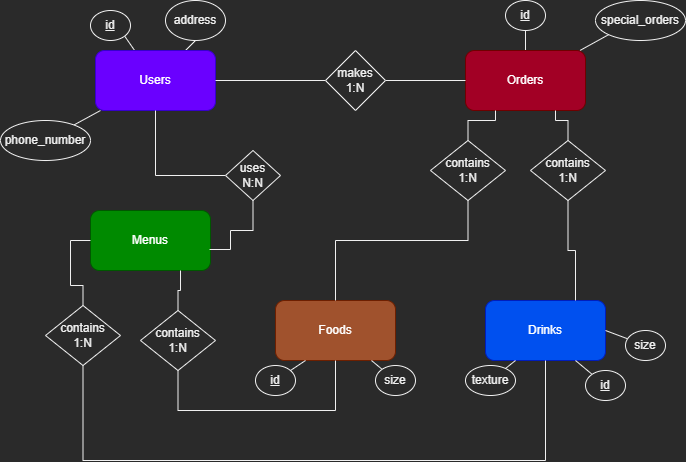
Earlier version of the draw.io export restaurant_db.drawio.png (Bl4ky113/Platzi_Data_Bases_Fundamentals). Source tidied: cells renumbered, new cells last; positions are measured from the earlier drawing's top-left corner, leaving out a move shared by most shapes.
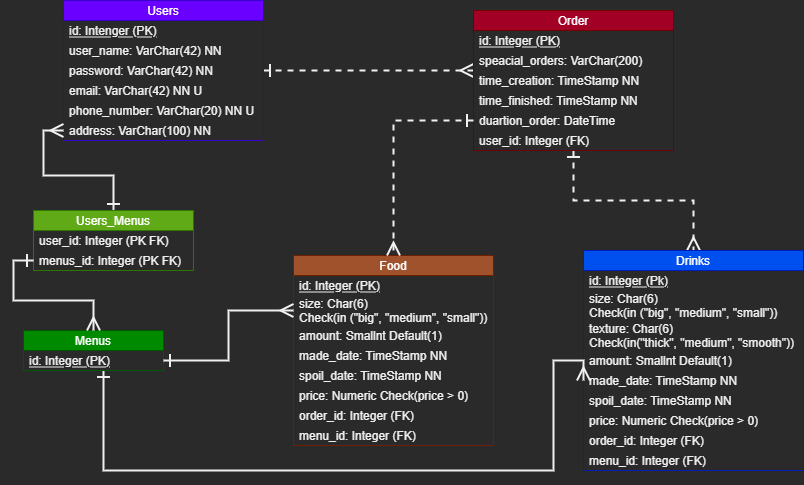
Later version of the same file.

Commit message:
added notes 2nd module and added valuetypes and relations to db diagrams

Diff of the diagram source:
```diff
@@ -2,155 +2,147 @@
   <root>
     <mxCell id="0" />
     <mxCell id="1" parent="0" />
-    <mxCell id="2" style="rounded=0;jettySize=auto;html=1;entryX=1;entryY=1;entryDx=0;entryDy=0;endArrow=none;endFill=0;" parent="1" edge="1" source="5" target="9">
-      <mxGeometry relative="1" as="geometry" />
-    </mxCell>
-    <mxCell id="3" style="edgeStyle=none;rounded=0;jettySize=auto;html=1;entryX=0.5;entryY=1;entryDx=0;entryDy=0;endArrow=none;endFill=0;" parent="1" edge="1" source="5" target="13">
-      <mxGeometry relative="1" as="geometry" />
-    </mxCell>
-    <mxCell id="4" style="edgeStyle=none;rounded=0;jettySize=auto;html=1;endArrow=none;endFill=0;" parent="1" edge="1" source="5" target="14">
-      <mxGeometry relative="1" as="geometry" />
-    </mxCell>
+    <mxCell id="45" style="edgeStyle=none;rounded=0;jettySize=auto;html=1;entryX=0;entryY=0;entryDx=0;entryDy=0;entryPerimeter=0;endArrow=ERmany;endFill=0;dashed=1;startArrow=ERone;startFill=0;strokeWidth=2;endSize=10;startSize=10;" parent="1" edge="1" source="5" target="56">
+      <mxGeometry relative="1" as="geometry" />
+    </mxCell>
-    <mxCell id="5" value="Users" style="rounded=1;whiteSpace=wrap;html=1;fillColor=#6a00ff;fontColor=#ffffff;strokeColor=#3700CC;" parent="1" vertex="1">
-      <mxGeometry x="95" y="50" width="120" height="60" as="geometry" />
+    <mxCell id="5" value="Users" style="swimlane;fontStyle=0;horizontal=1;startSize=20;fillColor=#6a00ff;fontColor=#ffffff;strokeColor=#3700CC;" parent="1" vertex="1">
+      <mxGeometry x="65" y="-10" width="200" height="140" as="geometry" />
     </mxCell>
+    <mxCell id="46" value="id: Intenger (PK)" style="text;strokeColor=none;fillColor=none;align=left;verticalAlign=middle;spacingLeft=4;spacingRight=4;overflow=hidden;fontStyle=4;" parent="5" vertex="1">
+      <mxGeometry y="20" width="200" height="20" as="geometry" />
+    </mxCell>
+    <mxCell id="47" value="user_name: VarChar(42) NN" style="text;strokeColor=none;fillColor=none;align=left;verticalAlign=middle;spacingLeft=4;spacingRight=4;overflow=hidden;" parent="5" vertex="1">
+      <mxGeometry y="40" width="200" height="20" as="geometry" />
+    </mxCell>
+    <mxCell id="48" value="password: VarChar(42) NN" style="text;strokeColor=none;fillColor=none;align=left;verticalAlign=middle;spacingLeft=4;spacingRight=4;overflow=hidden;" parent="5" vertex="1">
+      <mxGeometry y="60" width="200" height="20" as="geometry" />
+    </mxCell>
+    <mxCell id="49" value="email: VarChar(42) NN U" style="text;strokeColor=none;fillColor=none;align=left;verticalAlign=middle;spacingLeft=4;spacingRight=4;overflow=hidden;" parent="5" vertex="1">
+      <mxGeometry y="80" width="200" height="20" as="geometry" />
+    </mxCell>
+    <mxCell id="50" value="phone_number: VarChar(20) NN U" style="text;strokeColor=none;fillColor=none;align=left;verticalAlign=middle;spacingLeft=4;spacingRight=4;overflow=hidden;" parent="5" vertex="1">
+      <mxGeometry y="100" width="200" height="20" as="geometry" />
+    </mxCell>
+    <mxCell id="51" value="address: VarChar(100) NN" style="text;strokeColor=none;fillColor=none;align=left;verticalAlign=middle;spacingLeft=4;spacingRight=4;overflow=hidden;points=[[0,0.5],[1,0.5]];portConstraint=eastwest;" parent="5" vertex="1">
+      <mxGeometry y="120" width="200" height="20" as="geometry" />
+    </mxCell>
+    <mxCell id="52" style="edgeStyle=orthogonalEdgeStyle;rounded=0;jettySize=auto;html=1;entryX=0.5;entryY=0;entryDx=0;entryDy=0;dashed=1;startArrow=ERone;startFill=0;endArrow=ERmany;endFill=0;startSize=10;endSize=10;strokeWidth=2;" parent="1" edge="1" source="53" target="8">
+      <mxGeometry relative="1" as="geometry" />
+    </mxCell>
+    <mxCell id="53" value="Order" style="swimlane;fontStyle=0;horizontal=1;startSize=20;fillColor=#a20025;fontColor=#ffffff;strokeColor=#6F0000;" parent="1" vertex="1">
+      <mxGeometry x="475" width="200" height="140" as="geometry" />
+    </mxCell>
+    <mxCell id="54" value="id: Integer (PK)" style="text;strokeColor=none;fillColor=none;align=left;verticalAlign=middle;spacingLeft=4;spacingRight=4;overflow=hidden;fontStyle=4;" parent="53" vertex="1">
+      <mxGeometry y="20" width="200" height="20" as="geometry" />
+    </mxCell>
+    <mxCell id="55" value="speacial_orders: VarChar(200)" style="text;strokeColor=none;fillColor=none;align=left;verticalAlign=middle;spacingLeft=4;spacingRight=4;overflow=hidden;" parent="53" vertex="1">
+      <mxGeometry y="40" width="200" height="20" as="geometry" />
+    </mxCell>
+    <mxCell id="56" value="time_creation: TimeStamp NN" style="text;strokeColor=none;fillColor=none;align=left;verticalAlign=middle;spacingLeft=4;spacingRight=4;overflow=hidden;points=[[0,0.5],[1,0.5]];portConstraint=eastwest;" parent="53" vertex="1">
+      <mxGeometry y="60" width="200" height="20" as="geometry" />
+    </mxCell>
+    <mxCell id="57" value="time_finished: TimeStamp NN" style="text;strokeColor=none;fillColor=none;align=left;verticalAlign=middle;spacingLeft=4;spacingRight=4;overflow=hidden;" parent="53" vertex="1">
+      <mxGeometry y="80" width="200" height="20" as="geometry" />
+    </mxCell>
+    <mxCell id="58" value="duartion_order: DateTime" style="text;strokeColor=none;fillColor=none;align=left;verticalAlign=middle;spacingLeft=4;spacingRight=4;overflow=hidden;points=[[0,0.5],[1,0.5]];portConstraint=eastwest;" parent="53" vertex="1">
+      <mxGeometry y="100" width="200" height="20" as="geometry" />
+    </mxCell>
+    <mxCell id="59" value="user_id: Integer (FK)" style="text;strokeColor=none;fillColor=none;align=left;verticalAlign=middle;spacingLeft=4;spacingRight=4;overflow=hidden;" parent="53" vertex="1">
+      <mxGeometry y="120" width="200" height="20" as="geometry" />
+    </mxCell>
+    <mxCell id="8" value="Drinks" style="swimlane;fontStyle=0;horizontal=1;startSize=20;fillColor=#0050ef;fontColor=#ffffff;strokeColor=#001DBC;" parent="1" vertex="1">
+      <mxGeometry x="585" y="240" width="220" height="220" as="geometry" />
+    </mxCell>
+    <mxCell id="60" value="id: Integer (Pk)" style="text;strokeColor=none;fillColor=none;align=left;verticalAlign=middle;spacingLeft=4;spacingRight=4;overflow=hidden;fontStyle=4;" parent="8" vertex="1">
+      <mxGeometry y="20" width="220" height="20" as="geometry" />
+    </mxCell>
+    <mxCell id="61" value="size: Char(6) &#10;Check(in (&quot;big&quot;, &quot;medium&quot;, &quot;small&quot;))" style="text;strokeColor=none;fillColor=none;align=left;verticalAlign=middle;spacingLeft=4;spacingRight=4;overflow=hidden;" parent="8" vertex="1">
+      <mxGeometry y="40" width="220" height="30" as="geometry" />
+    </mxCell>
+    <mxCell id="62" value="texture: Char(6) &#10;Check(in(&quot;thick&quot;, &quot;medium&quot;, &quot;smooth&quot;))" style="text;strokeColor=none;fillColor=none;align=left;verticalAlign=middle;spacingLeft=4;spacingRight=4;overflow=hidden;" parent="8" vertex="1">
+      <mxGeometry y="70" width="220" height="30" as="geometry" />
+    </mxCell>
+    <mxCell id="63" value="amount: Smallnt Default(1)" style="text;strokeColor=none;fillColor=none;align=left;verticalAlign=middle;spacingLeft=4;spacingRight=4;overflow=hidden;" parent="8" vertex="1">
+      <mxGeometry y="100" width="220" height="20" as="geometry" />
+    </mxCell>
+    <mxCell id="64" value="made_date: TimeStamp NN" style="text;strokeColor=none;fillColor=none;align=left;verticalAlign=middle;spacingLeft=4;spacingRight=4;overflow=hidden;points=[[0,0.5],[1,0.5]];portConstraint=eastwest;" parent="8" vertex="1">
+      <mxGeometry y="120" width="220" height="20" as="geometry" />
+    </mxCell>
+    <mxCell id="65" value="spoil_date: TimeStamp NN" style="text;strokeColor=none;fillColor=none;align=left;verticalAlign=middle;spacingLeft=4;spacingRight=4;overflow=hidden;" parent="8" vertex="1">
+      <mxGeometry y="140" width="220" height="20" as="geometry" />
+    </mxCell>
+    <mxCell id="66" value="price: Numeric Check(price &gt; 0)" style="text;strokeColor=none;fillColor=none;align=left;verticalAlign=middle;spacingLeft=4;spacingRight=4;overflow=hidden;" parent="8" vertex="1">
+      <mxGeometry y="160" width="220" height="20" as="geometry" />
+    </mxCell>
+    <mxCell id="67" value="order_id: Integer (FK)" style="text;strokeColor=none;fillColor=none;align=left;verticalAlign=middle;spacingLeft=4;spacingRight=4;overflow=hidden;" parent="8" vertex="1">
+      <mxGeometry y="180" width="220" height="20" as="geometry" />
+    </mxCell>
+    <mxCell id="68" value="menu_id: Integer (FK)" style="text;strokeColor=none;fillColor=none;align=left;verticalAlign=middle;spacingLeft=4;spacingRight=4;overflow=hidden;" parent="8" vertex="1">
+      <mxGeometry y="200" width="220" height="20" as="geometry" />
+    </mxCell>
+    <mxCell id="69" value="Food" style="swimlane;fontStyle=0;horizontal=1;startSize=20;fillColor=#a0522d;fontColor=#ffffff;strokeColor=#6D1F00;" parent="1" vertex="1">
+      <mxGeometry x="295" y="245" width="200" height="190" as="geometry" />
+    </mxCell>
+    <mxCell id="70" value="id: Integer (PK)" style="text;strokeColor=none;fillColor=none;align=left;verticalAlign=middle;spacingLeft=4;spacingRight=4;overflow=hidden;fontStyle=4;" parent="69" vertex="1">
+      <mxGeometry y="20" width="200" height="20" as="geometry" />
+    </mxCell>
+    <mxCell id="71" value="size: Char(6)&#10;Check(in (&quot;big&quot;, &quot;medium&quot;, &quot;small&quot;))" style="text;strokeColor=none;fillColor=none;align=left;verticalAlign=middle;spacingLeft=4;spacingRight=4;overflow=hidden;points=[[0,0.5],[1,0.5]];portConstraint=eastwest;" parent="69" vertex="1">
+      <mxGeometry y="40" width="200" height="30" as="geometry" />
+    </mxCell>
+    <mxCell id="72" value="amount: Smallnt Default(1)" style="text;strokeColor=none;fillColor=none;align=left;verticalAlign=middle;spacingLeft=4;spacingRight=4;overflow=hidden;" parent="69" vertex="1">
+      <mxGeometry y="70" width="200" height="20" as="geometry" />
+    </mxCell>
+    <mxCell id="73" value="made_date: TimeStamp NN" style="text;strokeColor=none;fillColor=none;align=left;verticalAlign=middle;spacingLeft=4;spacingRight=4;overflow=hidden;" parent="69" vertex="1">
+      <mxGeometry y="90" width="200" height="20" as="geometry" />
+    </mxCell>
+    <mxCell id="74" value="spoil_date: TimeStamp NN" style="text;strokeColor=none;fillColor=none;align=left;verticalAlign=middle;spacingLeft=4;spacingRight=4;overflow=hidden;" parent="69" vertex="1">
+      <mxGeometry y="110" width="200" height="20" as="geometry" />
+    </mxCell>
+    <mxCell id="75" value="price: Numeric Check(price &gt; 0)" style="text;strokeColor=none;fillColor=none;align=left;verticalAlign=middle;spacingLeft=4;spacingRight=4;overflow=hidden;" parent="69" vertex="1">
+      <mxGeometry y="130" width="200" height="20" as="geometry" />
+    </mxCell>
+    <mxCell id="76" value="order_id: Integer (FK)" style="text;strokeColor=none;fillColor=none;align=left;verticalAlign=middle;spacingLeft=4;spacingRight=4;overflow=hidden;" parent="69" vertex="1">
+      <mxGeometry y="150" width="200" height="20" as="geometry" />
+    </mxCell>
+    <mxCell id="77" value="menu_id: Integer (FK)" style="text;strokeColor=none;fillColor=none;align=left;verticalAlign=middle;spacingLeft=4;spacingRight=4;overflow=hidden;" parent="69" vertex="1">
+      <mxGeometry y="170" width="200" height="20" as="geometry" />
+    </mxCell>
+    <mxCell id="78" style="edgeStyle=orthogonalEdgeStyle;rounded=0;jettySize=auto;html=1;entryX=0;entryY=0.5;entryDx=0;entryDy=0;startArrow=ERone;startFill=0;endArrow=ERmany;endFill=0;startSize=10;endSize=10;strokeWidth=2;" parent="1" edge="1" source="6" target="64">
+      <mxGeometry relative="1" as="geometry">
+        <Array as="points">
+          <mxPoint x="105" y="460" />
+          <mxPoint x="555" y="460" />
+          <mxPoint x="555" y="350" />
+          <mxPoint x="585" y="350" />
+        </Array>
+      </mxGeometry>
+    </mxCell>
-    <mxCell id="6" value="Menus" style="rounded=1;whiteSpace=wrap;html=1;fillColor=#008a00;fontColor=#ffffff;strokeColor=#005700;" parent="1" vertex="1">
-      <mxGeometry x="90" y="210" width="120" height="60" as="geometry" />
+    <mxCell id="6" value="Menus" style="swimlane;fontStyle=0;horizontal=1;startSize=20;fillColor=#008a00;fontColor=#ffffff;strokeColor=#005700;" parent="1" vertex="1">
+      <mxGeometry x="25" y="320" width="140" height="40" as="geometry" />
     </mxCell>
-    <mxCell id="7" value="Foods" style="rounded=1;whiteSpace=wrap;html=1;fillColor=#a0522d;fontColor=#ffffff;strokeColor=#6D1F00;" parent="1" vertex="1">
-      <mxGeometry x="275" y="300" width="120" height="60" as="geometry" />
-    </mxCell>
-    <mxCell id="8" value="Drinks" style="rounded=1;whiteSpace=wrap;html=1;fillColor=#0050ef;fontColor=#ffffff;strokeColor=#001DBC;" parent="1" vertex="1">
-      <mxGeometry x="485" y="300" width="120" height="60" as="geometry" />
-    </mxCell>
-    <mxCell id="9" value="&lt;u&gt;id&lt;/u&gt;" style="ellipse;whiteSpace=wrap;html=1;" parent="1" vertex="1">
-      <mxGeometry x="90" y="10" width="40" height="30" as="geometry" />
-    </mxCell>
-    <mxCell id="10" style="edgeStyle=none;rounded=0;jettySize=auto;html=1;endArrow=none;endFill=0;" parent="1" edge="1" source="12" target="17">
-      <mxGeometry relative="1" as="geometry" />
-    </mxCell>
-    <mxCell id="11" style="edgeStyle=none;rounded=0;jettySize=auto;html=1;entryX=0;entryY=1;entryDx=0;entryDy=0;endArrow=none;endFill=0;" parent="1" edge="1" source="12" target="18">
-      <mxGeometry relative="1" as="geometry" />
-    </mxCell>
-    <mxCell id="12" value="Orders" style="rounded=1;whiteSpace=wrap;html=1;fillColor=#a20025;fontColor=#ffffff;strokeColor=#6F0000;" parent="1" vertex="1">
-      <mxGeometry x="465" y="50" width="120" height="60" as="geometry" />
-    </mxCell>
-    <mxCell id="13" value="address&lt;br&gt;" style="ellipse;whiteSpace=wrap;html=1;" parent="1" vertex="1">
-      <mxGeometry x="165" width="60" height="40" as="geometry" />
-    </mxCell>
-    <mxCell id="14" value="phone_number" style="ellipse;whiteSpace=wrap;html=1;" parent="1" vertex="1">
-      <mxGeometry y="120" width="90" height="40" as="geometry" />
-    </mxCell>
-    <mxCell id="15" style="edgeStyle=none;rounded=0;jettySize=auto;html=1;entryX=0.25;entryY=1;entryDx=0;entryDy=0;endArrow=none;endFill=0;" parent="1" edge="1" source="16" target="7">
-      <mxGeometry relative="1" as="geometry" />
-    </mxCell>
-    <mxCell id="16" value="&lt;u&gt;id&lt;/u&gt;" style="ellipse;whiteSpace=wrap;html=1;" parent="1" vertex="1">
-      <mxGeometry x="255" y="365" width="40" height="30" as="geometry" />
-    </mxCell>
-    <mxCell id="17" value="&lt;u&gt;id&lt;/u&gt;" style="ellipse;whiteSpace=wrap;html=1;" parent="1" vertex="1">
-      <mxGeometry x="505" width="40" height="30" as="geometry" />
-    </mxCell>
-    <mxCell id="18" value="special_orders&lt;br&gt;" style="ellipse;whiteSpace=wrap;html=1;" parent="1" vertex="1">
-      <mxGeometry x="595" width="90" height="40" as="geometry" />
-    </mxCell>
-    <mxCell id="19" style="edgeStyle=none;rounded=0;jettySize=auto;html=1;entryX=0.75;entryY=1;entryDx=0;entryDy=0;endArrow=none;endFill=0;" parent="1" edge="1" source="20" target="8">
-      <mxGeometry relative="1" as="geometry" />
-    </mxCell>
-    <mxCell id="20" value="&lt;u&gt;id&lt;/u&gt;" style="ellipse;whiteSpace=wrap;html=1;" parent="1" vertex="1">
-      <mxGeometry x="585" y="370" width="40" height="30" as="geometry" />
-    </mxCell>
-    <mxCell id="21" style="edgeStyle=none;rounded=0;jettySize=auto;html=1;entryX=0.25;entryY=1;entryDx=0;entryDy=0;endArrow=none;endFill=0;" parent="1" edge="1" source="22" target="8">
-      <mxGeometry relative="1" as="geometry" />
-    </mxCell>
-    <mxCell id="22" value="texture" style="ellipse;whiteSpace=wrap;html=1;" parent="1" vertex="1">
-      <mxGeometry x="465" y="365" width="50" height="30" as="geometry" />
-    </mxCell>
-    <mxCell id="23" style="edgeStyle=none;rounded=0;jettySize=auto;html=1;entryX=1;entryY=0.5;entryDx=0;entryDy=0;endArrow=none;endFill=0;" parent="1" edge="1" source="24" target="8">
-      <mxGeometry relative="1" as="geometry" />
-    </mxCell>
-    <mxCell id="24" value="size" style="ellipse;whiteSpace=wrap;html=1;" parent="1" vertex="1">
-      <mxGeometry x="625" y="330" width="40" height="30" as="geometry" />
-    </mxCell>
-    <mxCell id="25" style="edgeStyle=none;rounded=0;jettySize=auto;html=1;endArrow=none;endFill=0;" parent="1" edge="1" source="26" target="7">
-      <mxGeometry relative="1" as="geometry" />
-    </mxCell>
-    <mxCell id="26" value="size" style="ellipse;whiteSpace=wrap;html=1;" parent="1" vertex="1">
-      <mxGeometry x="375" y="365" width="40" height="30" as="geometry" />
-    </mxCell>
-    <mxCell id="27" style="edgeStyle=none;rounded=0;jettySize=auto;html=1;entryX=0;entryY=0.5;entryDx=0;entryDy=0;endArrow=none;endFill=0;" parent="1" edge="1" source="29" target="12">
-      <mxGeometry relative="1" as="geometry" />
-    </mxCell>
-    <mxCell id="28" style="edgeStyle=orthogonalEdgeStyle;rounded=0;jettySize=auto;html=1;entryX=1;entryY=0.5;entryDx=0;entryDy=0;endArrow=none;endFill=0;" parent="1" edge="1" source="29" target="5">
-      <mxGeometry relative="1" as="geometry" />
-    </mxCell>
-    <mxCell id="29" value="makes&lt;br&gt;1:N" style="rhombus;whiteSpace=wrap;html=1;" parent="1" vertex="1">
-      <mxGeometry x="325" y="50" width="60" height="60" as="geometry" />
-    </mxCell>
-    <mxCell id="30" style="edgeStyle=orthogonalEdgeStyle;rounded=0;jettySize=auto;html=1;endArrow=none;endFill=0;" parent="1" edge="1" source="32" target="5">
-      <mxGeometry relative="1" as="geometry" />
-    </mxCell>
-    <mxCell id="31" style="edgeStyle=orthogonalEdgeStyle;rounded=0;jettySize=auto;html=1;entryX=0.992;entryY=0.65;entryDx=0;entryDy=0;entryPerimeter=0;endArrow=none;endFill=0;" parent="1" edge="1" source="32" target="6">
-      <mxGeometry relative="1" as="geometry">
-        <Array as="points">
-          <mxPoint x="253" y="230" />
-          <mxPoint x="230" y="230" />
-          <mxPoint x="230" y="249" />
-        </Array>
-      </mxGeometry>
-    </mxCell>
-    <mxCell id="32" value="uses&lt;br&gt;N:N&lt;br&gt;" style="rhombus;whiteSpace=wrap;html=1;" parent="1" vertex="1">
-      <mxGeometry x="225" y="150" width="55" height="50" as="geometry" />
-    </mxCell>
-    <mxCell id="33" style="edgeStyle=orthogonalEdgeStyle;rounded=0;jettySize=auto;html=1;entryX=0;entryY=0.5;entryDx=0;entryDy=0;endArrow=none;endFill=0;" parent="1" edge="1" source="35" target="6">
-      <mxGeometry relative="1" as="geometry" />
-    </mxCell>
-    <mxCell id="34" style="edgeStyle=orthogonalEdgeStyle;rounded=0;jettySize=auto;html=1;entryX=0.5;entryY=1;entryDx=0;entryDy=0;endArrow=none;endFill=0;" parent="1" edge="1" source="35" target="8">
-      <mxGeometry relative="1" as="geometry">
-        <Array as="points">
-          <mxPoint x="83" y="460" />
-          <mxPoint x="545" y="460" />
-        </Array>
-      </mxGeometry>
-    </mxCell>
-    <mxCell id="35" value="contains&lt;br&gt;1:N&lt;br&gt;" style="rhombus;whiteSpace=wrap;html=1;" parent="1" vertex="1">
-      <mxGeometry x="45" y="305" width="75" height="60" as="geometry" />
-    </mxCell>
-    <mxCell id="36" style="edgeStyle=orthogonalEdgeStyle;rounded=0;jettySize=auto;html=1;entryX=0.75;entryY=1;entryDx=0;entryDy=0;endArrow=none;endFill=0;" parent="1" edge="1" source="38" target="6">
-      <mxGeometry relative="1" as="geometry" />
-    </mxCell>
-    <mxCell id="37" style="edgeStyle=orthogonalEdgeStyle;rounded=0;jettySize=auto;html=1;entryX=0.5;entryY=1;entryDx=0;entryDy=0;endArrow=none;endFill=0;" parent="1" edge="1" source="38" target="7">
-      <mxGeometry relative="1" as="geometry">
-        <Array as="points">
-          <mxPoint x="178" y="410" />
-          <mxPoint x="335" y="410" />
-        </Array>
-      </mxGeometry>
-    </mxCell>
-    <mxCell id="38" value="contains&lt;br&gt;1:N&lt;br&gt;" style="rhombus;whiteSpace=wrap;html=1;" parent="1" vertex="1">
-      <mxGeometry x="140" y="310" width="75" height="60" as="geometry" />
-    </mxCell>
-    <mxCell id="39" style="edgeStyle=orthogonalEdgeStyle;rounded=0;jettySize=auto;html=1;entryX=0.25;entryY=1;entryDx=0;entryDy=0;endArrow=none;endFill=0;" parent="1" edge="1" source="41" target="12">
-      <mxGeometry relative="1" as="geometry" />
-    </mxCell>
-    <mxCell id="40" style="edgeStyle=orthogonalEdgeStyle;rounded=0;jettySize=auto;html=1;entryX=0.5;entryY=0;entryDx=0;entryDy=0;endArrow=none;endFill=0;" parent="1" edge="1" source="41" target="7">
-      <mxGeometry relative="1" as="geometry">
-        <Array as="points">
-          <mxPoint x="468" y="240" />
-          <mxPoint x="335" y="240" />
-        </Array>
-      </mxGeometry>
-    </mxCell>
-    <mxCell id="41" value="contains&lt;br&gt;1:N&lt;br&gt;" style="rhombus;whiteSpace=wrap;html=1;" parent="1" vertex="1">
-      <mxGeometry x="430" y="140" width="75" height="60" as="geometry" />
-    </mxCell>
-    <mxCell id="42" style="edgeStyle=orthogonalEdgeStyle;rounded=0;jettySize=auto;html=1;entryX=0.75;entryY=1;entryDx=0;entryDy=0;endArrow=none;endFill=0;" parent="1" edge="1" source="44" target="12">
-      <mxGeometry relative="1" as="geometry" />
-    </mxCell>
-    <mxCell id="43" style="edgeStyle=orthogonalEdgeStyle;rounded=0;jettySize=auto;html=1;entryX=0.75;entryY=0;entryDx=0;entryDy=0;endArrow=none;endFill=0;" parent="1" edge="1" source="44" target="8">
-      <mxGeometry relative="1" as="geometry" />
-    </mxCell>
-    <mxCell id="44" value="contains&lt;br&gt;1:N&lt;br&gt;" style="rhombus;whiteSpace=wrap;html=1;" parent="1" vertex="1">
-      <mxGeometry x="530" y="140" width="75" height="60" as="geometry" />
-    </mxCell>
+    <mxCell id="79" value="id: Integer (PK)" style="text;strokeColor=none;fillColor=none;align=left;verticalAlign=middle;spacingLeft=4;spacingRight=4;overflow=hidden;points=[[0,0.5],[1,0.5]];portConstraint=eastwest;fontStyle=4;" parent="6" vertex="1">
+      <mxGeometry y="20" width="140" height="20" as="geometry" />
+    </mxCell>
+    <mxCell id="80" style="edgeStyle=orthogonalEdgeStyle;rounded=0;jettySize=auto;html=1;entryX=0.5;entryY=0;entryDx=0;entryDy=0;dashed=1;startArrow=ERone;startFill=0;endArrow=ERmany;endFill=0;startSize=10;endSize=10;strokeWidth=2;" parent="1" edge="1" source="58" target="69">
+      <mxGeometry relative="1" as="geometry" />
+    </mxCell>
+    <mxCell id="81" style="edgeStyle=orthogonalEdgeStyle;rounded=0;jettySize=auto;html=1;entryX=0;entryY=0.5;entryDx=0;entryDy=0;startArrow=ERone;startFill=0;endArrow=ERmany;endFill=0;startSize=10;endSize=10;strokeWidth=2;" parent="1" edge="1" source="79" target="71">
+      <mxGeometry relative="1" as="geometry" />
+    </mxCell>
+    <mxCell id="82" style="edgeStyle=orthogonalEdgeStyle;rounded=0;jettySize=auto;html=1;entryX=0;entryY=0.5;entryDx=0;entryDy=0;startArrow=ERone;startFill=0;endArrow=ERmany;endFill=0;startSize=10;endSize=10;strokeWidth=2;" parent="1" edge="1" source="83" target="51">
+      <mxGeometry relative="1" as="geometry" />
+    </mxCell>
+    <mxCell id="83" value="Users_Menus" style="swimlane;fontStyle=0;horizontal=1;startSize=20;fillColor=#60a917;fontColor=#ffffff;strokeColor=#2D7600;" parent="1" vertex="1">
+      <mxGeometry x="35" y="200" width="160" height="60" as="geometry" />
+    </mxCell>
+    <mxCell id="84" value="user_id: Integer (PK FK)" style="text;strokeColor=none;fillColor=none;align=left;verticalAlign=middle;spacingLeft=4;spacingRight=4;overflow=hidden;" parent="83" vertex="1">
+      <mxGeometry y="20" width="160" height="20" as="geometry" />
+    </mxCell>
+    <mxCell id="85" value="menus_id: Integer (PK FK)" style="text;strokeColor=none;fillColor=none;align=left;verticalAlign=middle;spacingLeft=4;spacingRight=4;overflow=hidden;points=[[0,0.5],[1,0.5]];portConstraint=eastwest;" parent="83" vertex="1">
+      <mxGeometry y="40" width="160" height="20" as="geometry" />
+    </mxCell>
+    <mxCell id="86" style="edgeStyle=orthogonalEdgeStyle;rounded=0;jettySize=auto;html=1;entryX=0.5;entryY=0;entryDx=0;entryDy=0;startArrow=ERone;startFill=0;endArrow=ERmany;endFill=0;startSize=10;endSize=10;strokeWidth=2;" parent="1" edge="1" source="85" target="6">
+      <mxGeometry relative="1" as="geometry" />
+    </mxCell>
   </root>
 </mxGraphModel>
```
